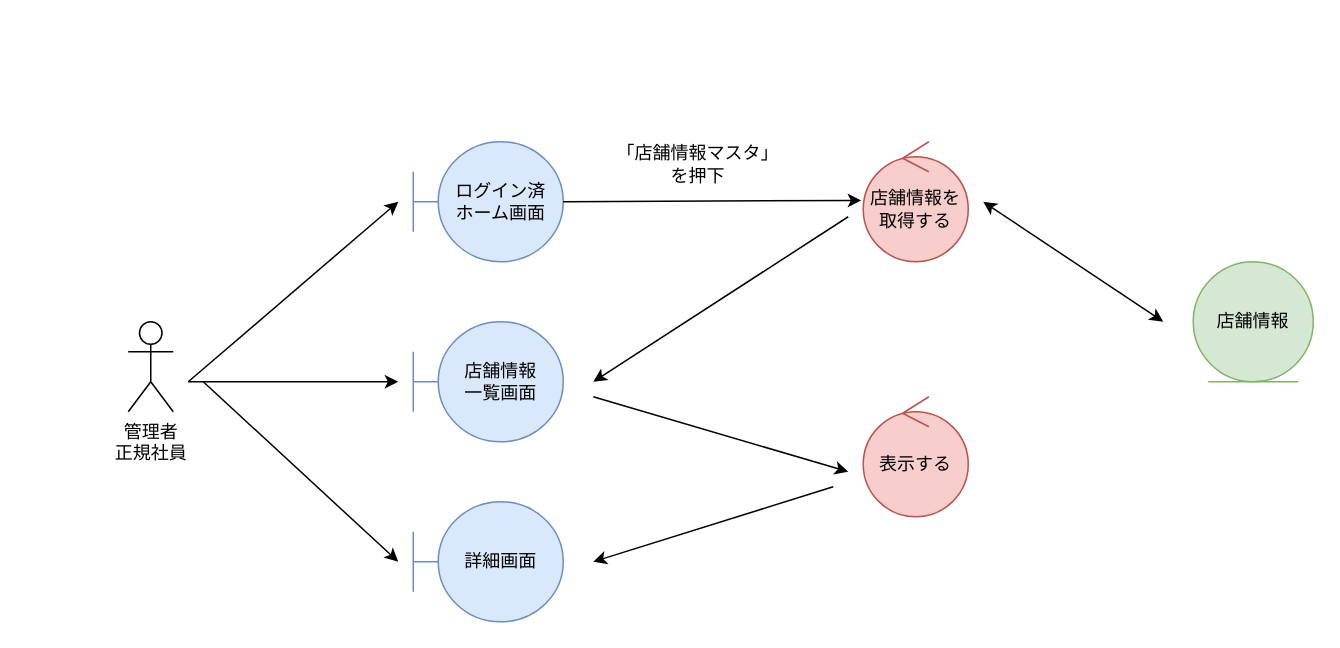
Above: page "*店舗情報管理_参照" (2 of 4) of 各種設計書/3ロバストネス図/マスタ管理/2.店舗情報マスタ.drawio in HaruShim/Sotuken (draw.io), before the change. Source tidied: cells renumbered, new cells numbered last; positions are measured from the earlier drawing's top-left corner, leaving out a move shared by most shapes. Both pictures are drawn from the tidied source at 150%, with x=0, y=0 at pixel (128, 141).
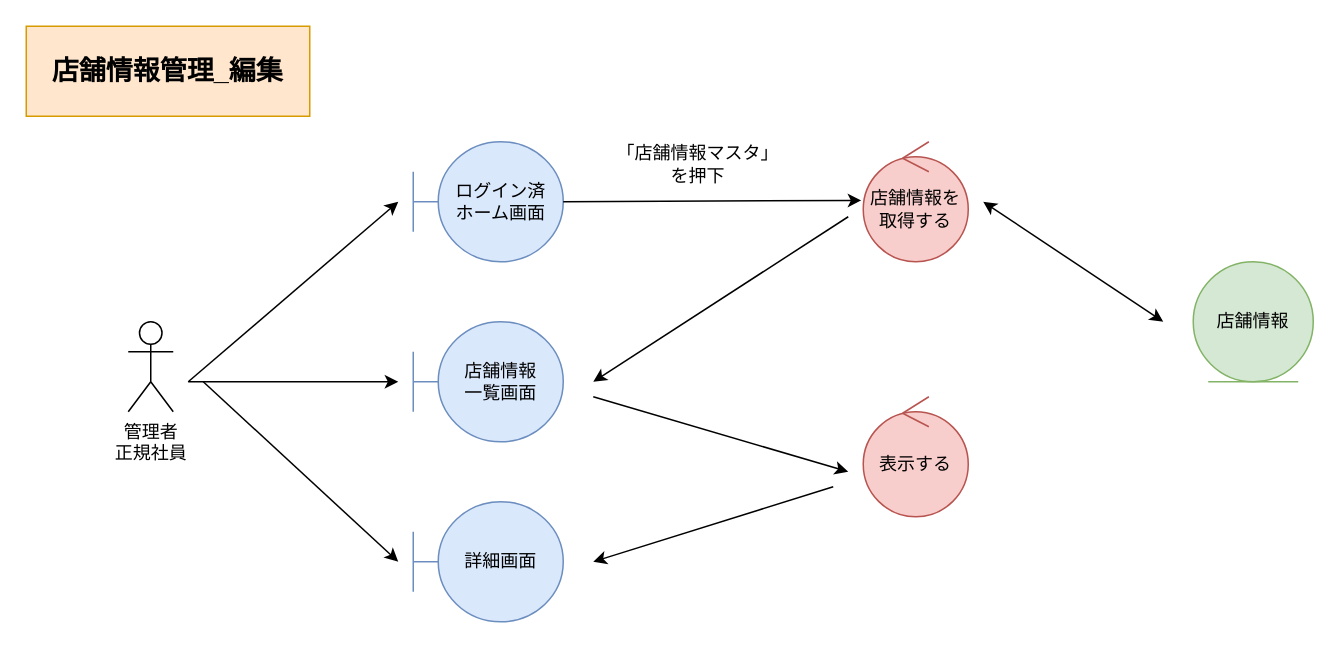
Above is the later version.

Change to the diagram source:
```diff
@@
+    <mxCell id="18" value="店舗情報管理_編集" style="rounded=0;whiteSpace=wrap;html=1;fillColor=#ffe6cc;strokeColor=#d79b00;fontStyle=1;fontSize=18;" parent="1" vertex="1">
+      <mxGeometry x="-68" y="-77" width="189" height="60" as="geometry" />
+    </mxCell>
```
